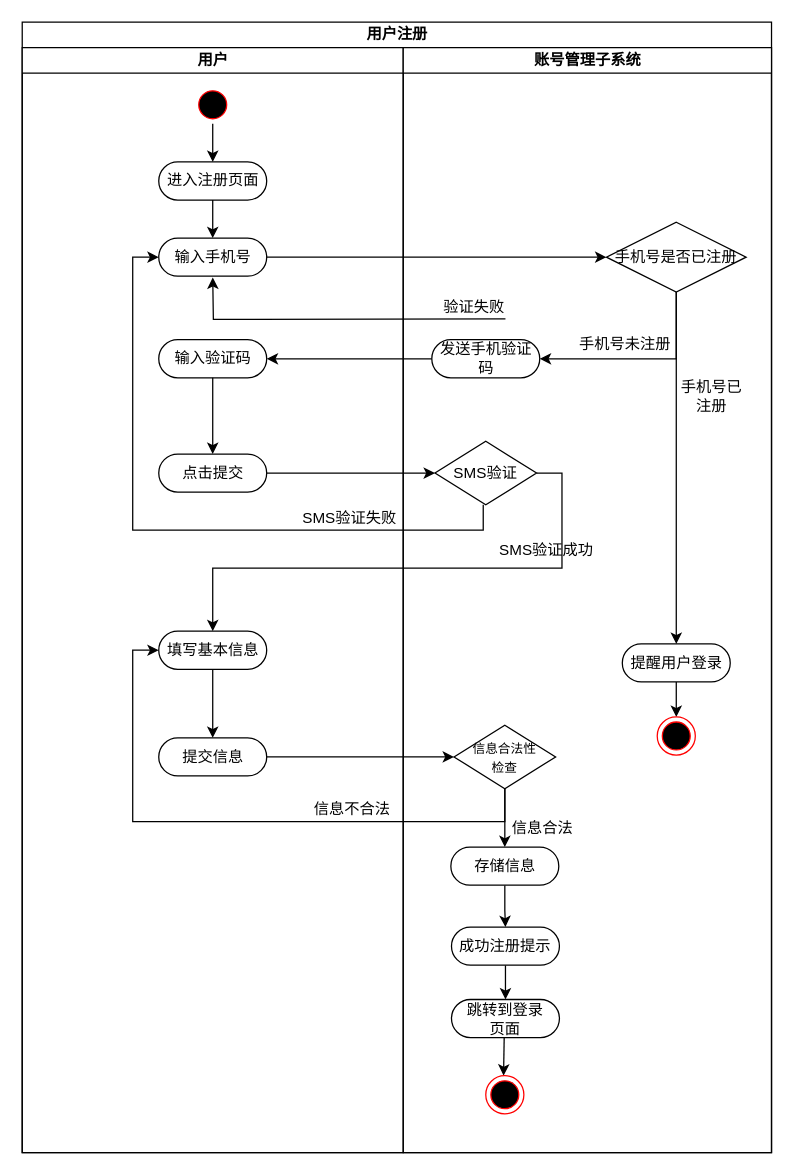
PomeloLemon/SoftwareDiagrams keeps this draw.io diagram as 注册活动图.drawio. Above is the earlier version. Source tidied: cells renumbered, new cells numbered last; positions are measured from the earlier drawing's top-left corner, leaving out a move shared by most shapes. Both pictures are drawn from the tidied source at 127%, with x=0, y=0 at pixel (22, 22).
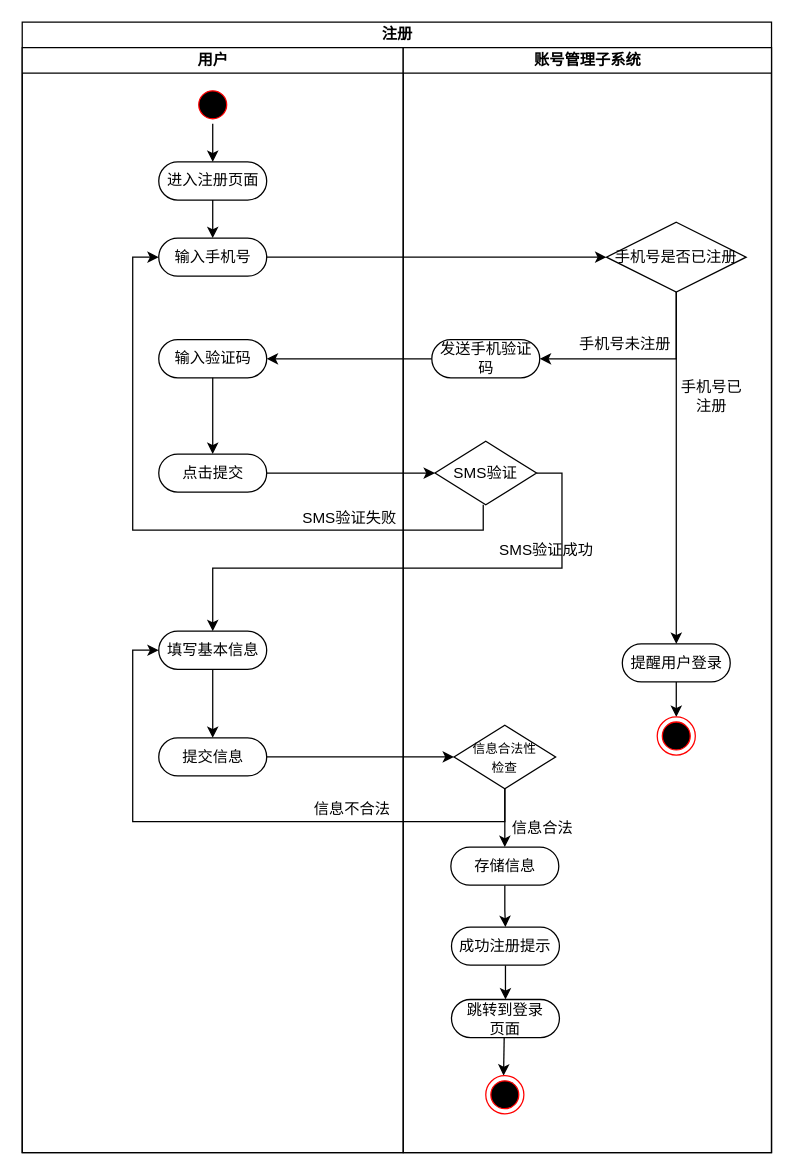
The same diagram, later.

Commit message:
更新注册活动图.drawio

Unchanged cells that the change refers to:
```xml
<mxCell id="10" value="账号管理子系统" style="swimlane;startSize=20;html=1;" parent="2" vertex="1">
  <mxGeometry x="300" y="20" width="290" height="870" as="geometry" />
</mxCell>
```

Diff of the diagram source:
```diff
@@
-    <mxCell id="2" value="用户注册" style="swimlane;startSize=20;html=1;" parent="1" vertex="1">
+    <mxCell id="2" value="注册" style="swimlane;startSize=20;html=1;" parent="1" vertex="1">
       <mxGeometry width="590" height="890" as="geometry" />
     </mxCell>
@@
-    <mxCell id="17" value="验证失败" style="text;html=1;strokeColor=none;fillColor=none;align=center;verticalAlign=middle;whiteSpace=wrap;rounded=0;" parent="10" vertex="1">
-      <mxGeometry x="26" y="190" width="60" height="30" as="geometry" />
-    </mxCell>
@@
-    <mxCell id="46" style="edgeStyle=orthogonalEdgeStyle;rounded=0;orthogonalLoop=1;jettySize=auto;html=1;exitX=0.5;exitY=0;exitDx=0;exitDy=0;entryX=0.5;entryY=1;entryDx=0;entryDy=0;" parent="2" edge="1">
-      <mxGeometry relative="1" as="geometry">
-        <mxPoint x="380.5" y="233.5" as="sourcePoint" />
-        <mxPoint x="150" y="201" as="targetPoint" />
-      </mxGeometry>
-    </mxCell>
```
